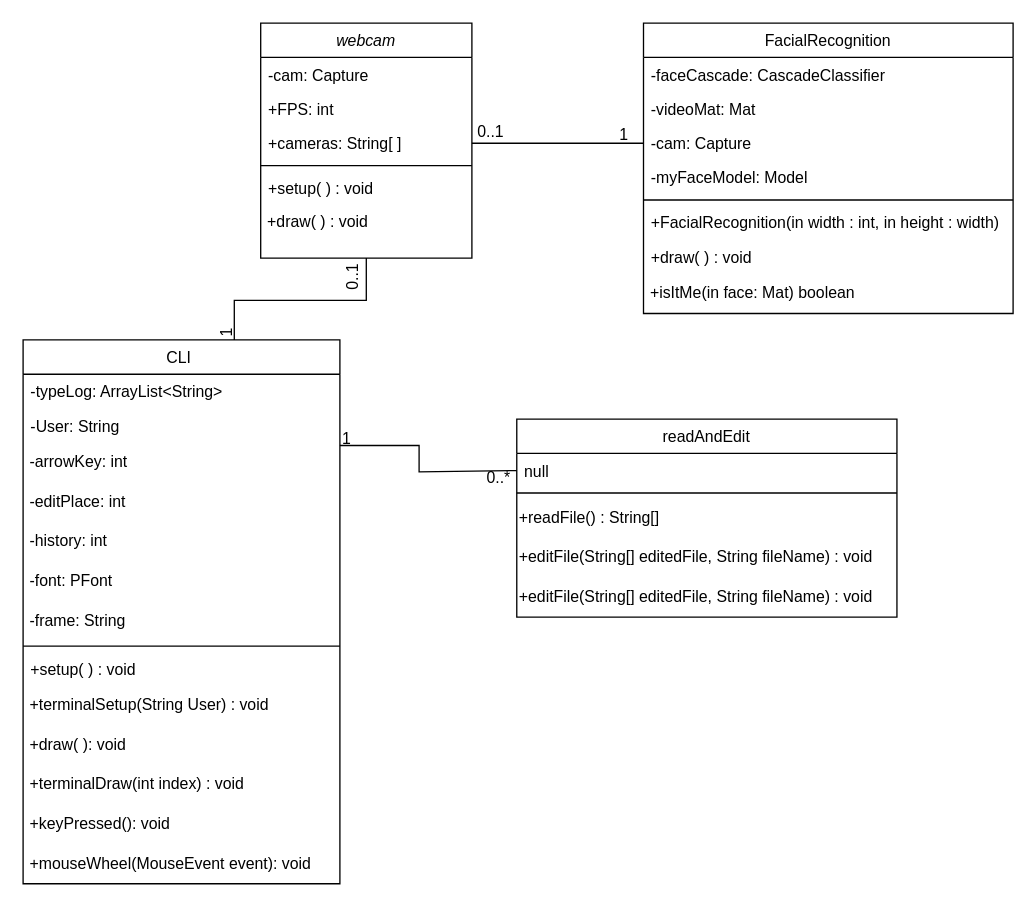
Above: UML.drawio in Memin124/final_project (draw.io), before the change. Source tidied: cells renumbered, new cells numbered last; positions are measured from the earlier drawing's top-left corner, leaving out a move shared by most shapes. Both pictures are drawn from the tidied source at 132%, with x=0, y=0 at pixel (22, 22).
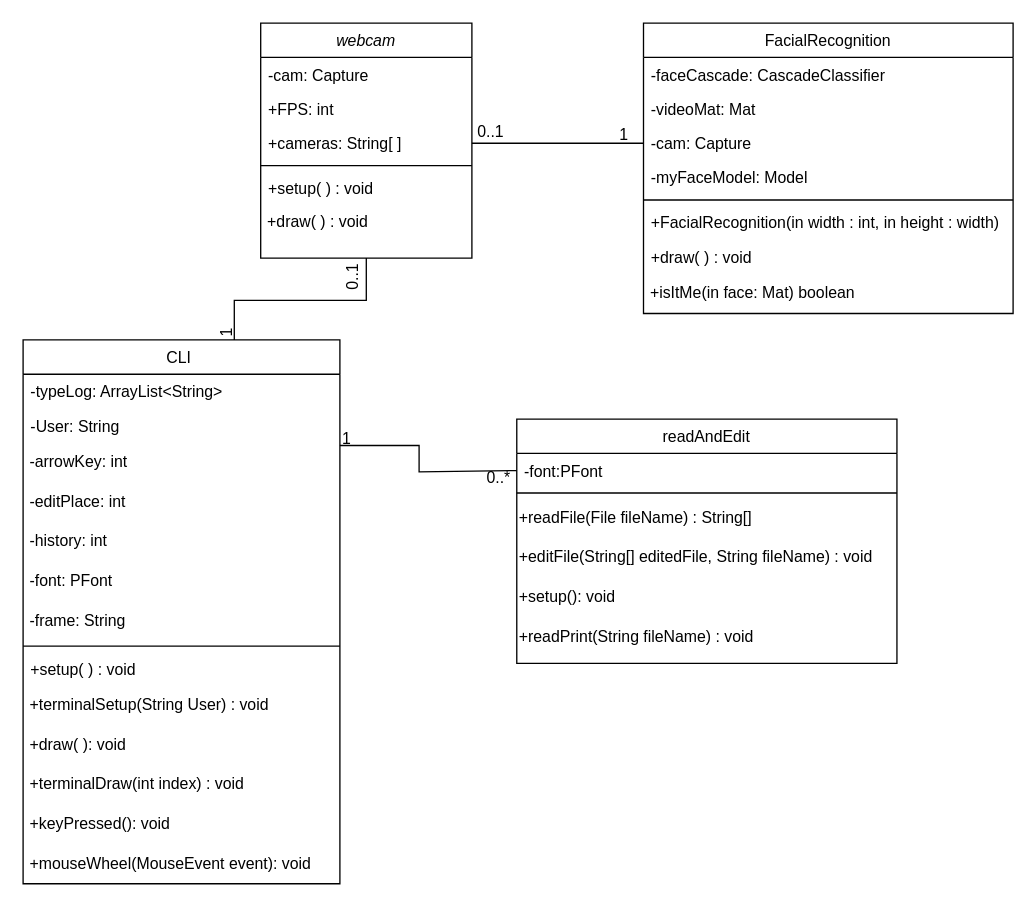
The same page after the edit.

The edit, as a diff of the source:
```diff
@@
     <mxCell id="24" value="readAndEdit" style="swimlane;fontStyle=0;align=center;verticalAlign=top;horizontal=1;startSize=26;rounded=0;shadow=0;strokeWidth=1;" parent="1" vertex="1">
-      <mxGeometry x="374" y="300" width="288" height="150" as="geometry" />
+      <mxGeometry x="374" y="300" width="288" height="185" as="geometry" />
     </mxCell>
-    <mxCell id="25" value="null" style="text;align=left;verticalAlign=top;spacingLeft=4;spacingRight=4;overflow=hidden;points=[[0,0.5],[1,0.5]];portConstraint=eastwest;" parent="24" vertex="1">
+    <mxCell id="25" value="-font:PFont" style="text;align=left;verticalAlign=top;spacingLeft=4;spacingRight=4;overflow=hidden;points=[[0,0.5],[1,0.5]];portConstraint=eastwest;" parent="24" vertex="1">
       <mxGeometry y="26" width="288" height="26" as="geometry" />
     </mxCell>
@@
-    <mxCell id="27" value="+readFile() : String[]" style="text;html=1;align=left;verticalAlign=middle;strokeColor=none;fillColor=none;" parent="24" vertex="1">
+    <mxCell id="27" value="+readFile(File fileName) : String[]" style="text;html=1;align=left;verticalAlign=middle;strokeColor=none;fillColor=none;" parent="24" vertex="1">
       <mxGeometry y="60" width="288" height="30" as="geometry" />
     </mxCell>
@@
-    <mxCell id="29" value="+editFile(String[] editedFile, String fileName) : void" style="text;html=1;align=left;verticalAlign=middle;strokeColor=none;fillColor=none;" parent="24" vertex="1">
+    <mxCell id="29" value="+setup(): void" style="text;html=1;align=left;verticalAlign=middle;strokeColor=none;fillColor=none;" parent="24" vertex="1">
       <mxGeometry y="120" width="288" height="30" as="geometry" />
     </mxCell>
+    <mxCell id="48" value="+readPrint(String fileName) : void" style="text;html=1;align=left;verticalAlign=middle;strokeColor=none;fillColor=none;" parent="24" vertex="1">
+      <mxGeometry y="150" width="288" height="30" as="geometry" />
+    </mxCell>
```
